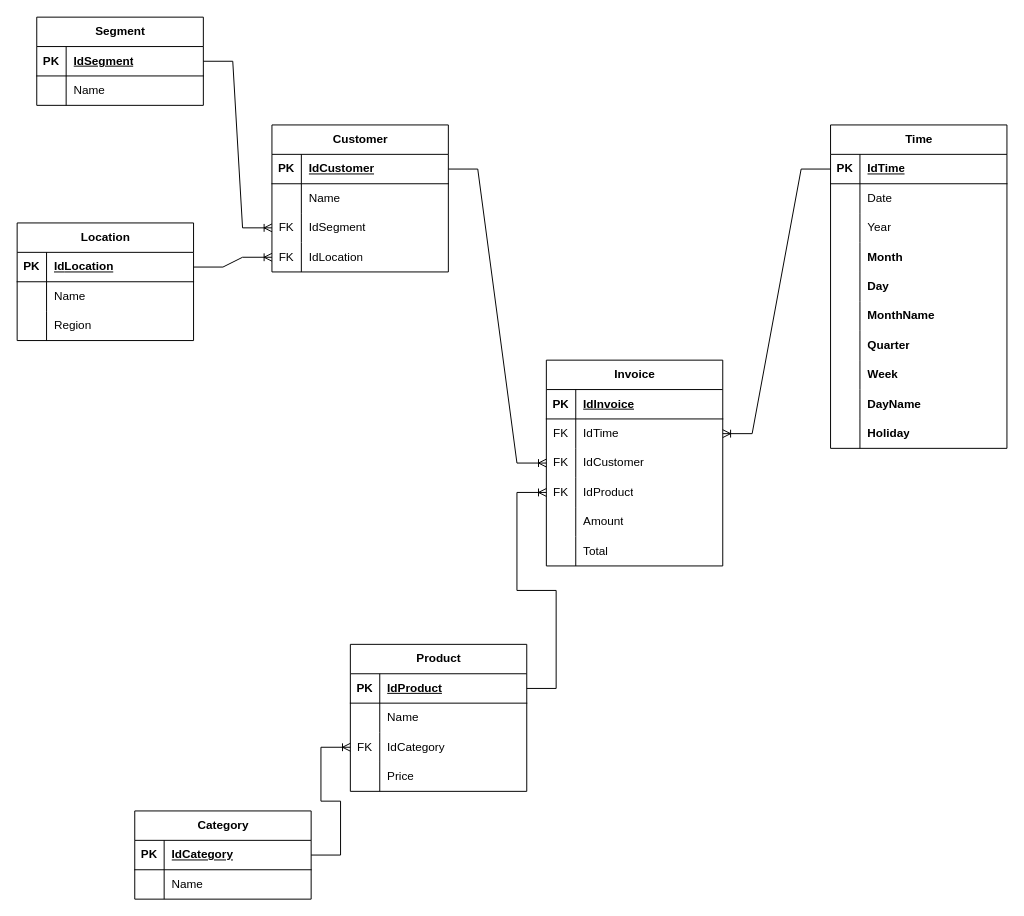
Earlier version of the draw.io diagram Otros/Alegra_Innova.drawio (cgusosve/cgusosve.github.io). Source tidied: cells renumbered, new cells numbered last; positions are measured from the earlier drawing's top-left corner, leaving out a move shared by most shapes. Both pictures are drawn from the tidied source at 98%, with x=0, y=0 at pixel (17, 17).
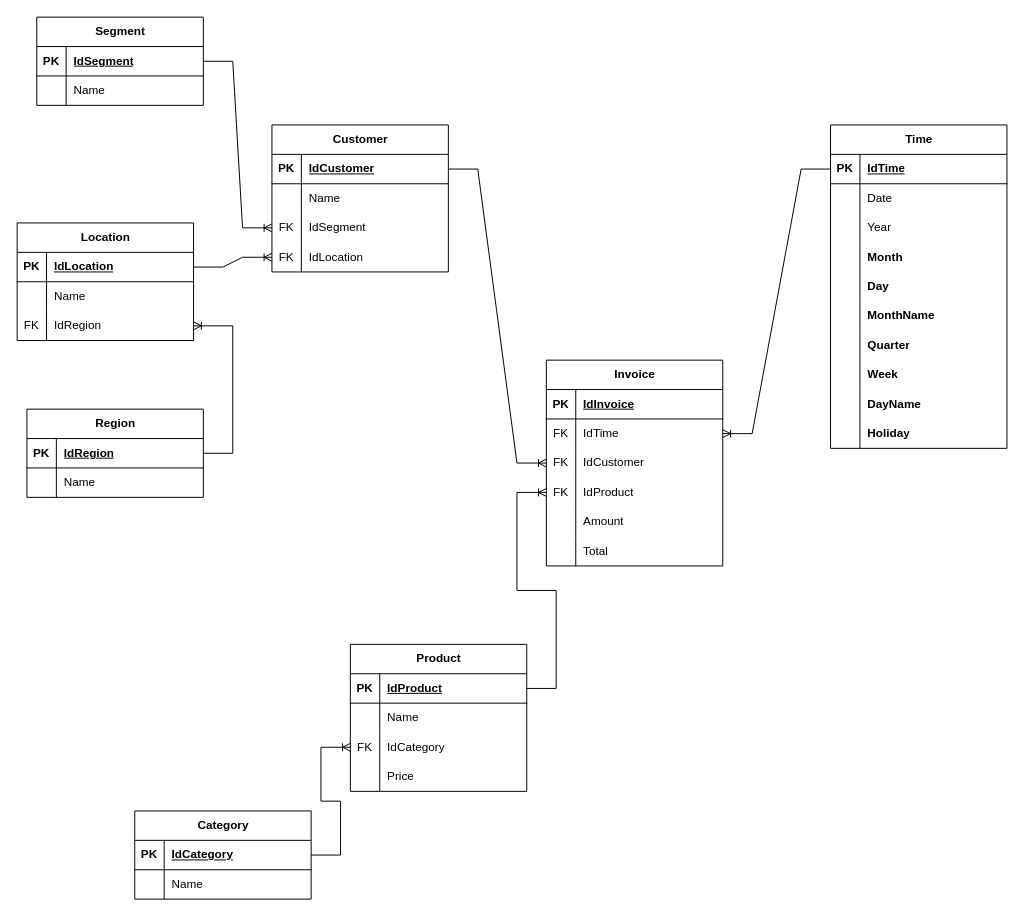
The same diagram, later.

The change refers to these unchanged cells:
```xml
<mxCell id="37" style="shape=tableRow;horizontal=0;startSize=0;swimlaneHead=0;swimlaneBody=0;fillColor=none;points=[[0,0.5],[1,0.5]];portConstraint=eastwest;top=0;left=0;right=0;bottom=0;" parent="30" vertex="1">
  <mxGeometry y="90" width="180" height="30" as="geometry" />
</mxCell>
```

The edit, as a diff of the source:
```diff
@@
-    <mxCell id="38" style="shape=partialRectangle;fillColor=none;top=0;left=0;bottom=0;right=0;overflow=hidden;whiteSpace=wrap;html=1;" parent="37" vertex="1">
+    <mxCell id="38" value="FK" style="shape=partialRectangle;fillColor=none;top=0;left=0;bottom=0;right=0;overflow=hidden;whiteSpace=wrap;html=1;" parent="37" vertex="1">
       <mxGeometry width="30" height="30" as="geometry" />
     </mxCell>
-    <mxCell id="39" value="Region" style="shape=partialRectangle;fillColor=none;top=0;left=0;bottom=0;right=0;align=left;spacingLeft=6;overflow=hidden;whiteSpace=wrap;html=1;" parent="37" vertex="1">
+    <mxCell id="39" value="IdRegion" style="shape=partialRectangle;fillColor=none;top=0;left=0;bottom=0;right=0;align=left;spacingLeft=6;overflow=hidden;whiteSpace=wrap;html=1;" parent="37" vertex="1">
       <mxGeometry x="30" width="150" height="30" as="geometry" />
     </mxCell>
@@
+    <mxCell id="108" value="&lt;strong&gt;Region&lt;/strong&gt;" style="shape=table;startSize=30;childLayout=tableLayout;rowLines=0;fontStyle=1;align=center;html=1;" parent="1" vertex="1">
+      <mxGeometry x="10" y="400" width="180" height="90" as="geometry" />
+    </mxCell>
+    <mxCell id="109" style="shape=tableRow;horizontal=0;startSize=0;swimlaneHead=0;swimlaneBody=0;fillColor=none;points=[[0,0.5],[1,0.5]];portConstraint=eastwest;top=0;left=0;right=0;bottom=1;" parent="108" vertex="1">
+      <mxGeometry y="30" width="180" height="30" as="geometry" />
+    </mxCell>
+    <mxCell id="110" value="PK" style="shape=partialRectangle;fillColor=none;top=0;left=0;bottom=0;right=0;fontStyle=1;overflow=hidden;whiteSpace=wrap;html=1;" parent="109" vertex="1">
+      <mxGeometry width="30" height="30" as="geometry" />
+    </mxCell>
+    <mxCell id="111" value="IdRegion" style="shape=partialRectangle;fillColor=none;top=0;left=0;bottom=0;right=0;align=left;spacingLeft=6;fontStyle=5;overflow=hidden;whiteSpace=wrap;html=1;" parent="109" vertex="1">
+      <mxGeometry x="30" width="150" height="30" as="geometry" />
+    </mxCell>
+    <mxCell id="112" style="shape=tableRow;horizontal=0;startSize=0;swimlaneHead=0;swimlaneBody=0;fillColor=none;top=0;left=0;right=0;bottom=0;" parent="108" vertex="1">
+      <mxGeometry y="60" width="180" height="30" as="geometry" />
+    </mxCell>
+    <mxCell id="113" style="shape=partialRectangle;fillColor=none;top=0;left=0;bottom=0;right=0;overflow=hidden;whiteSpace=wrap;html=1;" parent="112" vertex="1">
+      <mxGeometry width="30" height="30" as="geometry" />
+    </mxCell>
+    <mxCell id="114" value="Name" style="shape=partialRectangle;fillColor=none;top=0;left=0;bottom=0;right=0;align=left;spacingLeft=6;overflow=hidden;whiteSpace=wrap;html=1;" parent="112" vertex="1">
+      <mxGeometry x="30" width="150" height="30" as="geometry" />
+    </mxCell>
+    <mxCell id="115" style="edgeStyle=entityRelationEdgeStyle;fontSize=12;html=1;endArrow=ERoneToMany;rounded=0;" parent="1" edge="1" source="109" target="37">
+      <mxGeometry relative="1" as="geometry" />
+    </mxCell>
```
